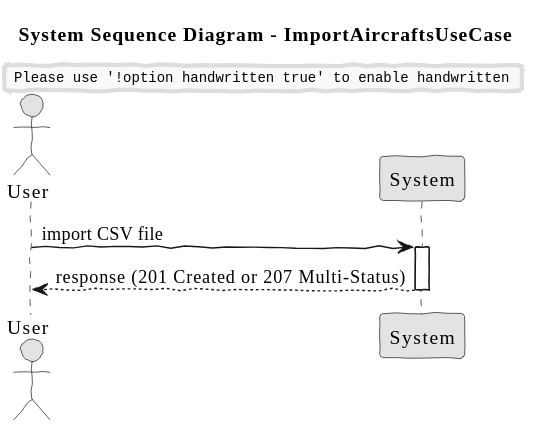
VascoMagolo/psoft_1231562_1241692_1242036_2db keeps this PlantUML diagram as docs/system-documentation/use-cases/BONUS/US225/svg/ssd_ImportAircraftsUseCase.svg. Above is the earlier version.
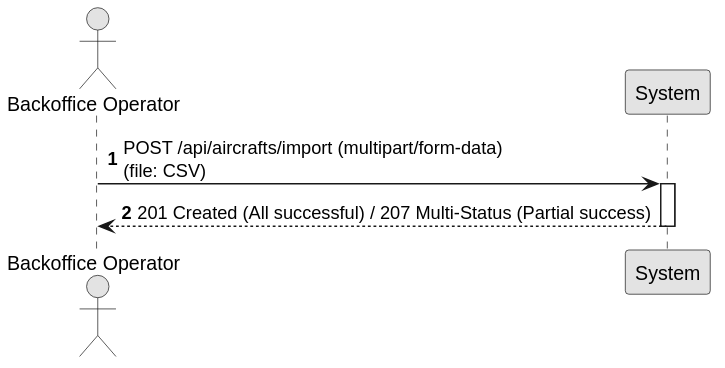
The same diagram one commit later.

The edit, as a diff of the source:
```diff
@@ -1,17 +1,14 @@
 @startuml
-skinparam handwritten true
+autonumber
 skinparam monochrome true
 skinparam packageStyle rect
-skinparam defaultFontName FG Virgil
 skinparam shadowing false
 
-title System Sequence Diagram - ImportAircraftsUseCase
+actor "Backoffice Operator" as Actor
+participant "System" as Sys
 
-actor "User" as user
-participant "System" as sys
-
-user -> sys: import CSV file
-activate sys
-sys --> user: response (201 Created or 207 Multi-Status)
-deactivate sys
+Actor -> Sys : POST /api/aircrafts/import (multipart/form-data)\n(file: CSV)
+activate Sys
+Sys --> Actor : 201 Created (All successful) / 207 Multi-Status (Partial success)
+deactivate Sys
 @enduml
```
